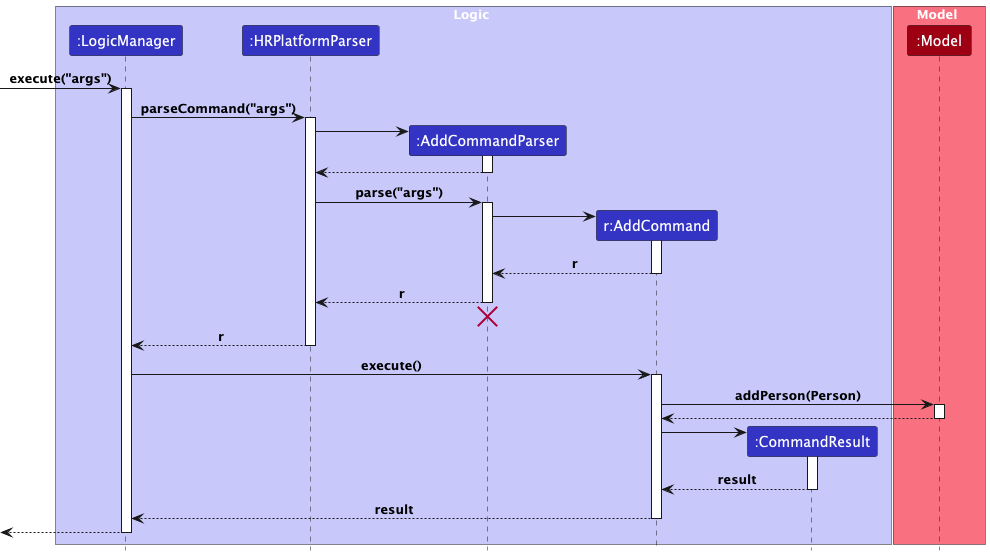
Earlier version of the PlantUML export docs/images/AddCommandSequenceDiagram.png (nus-cs2103-AY2425S1/tp).
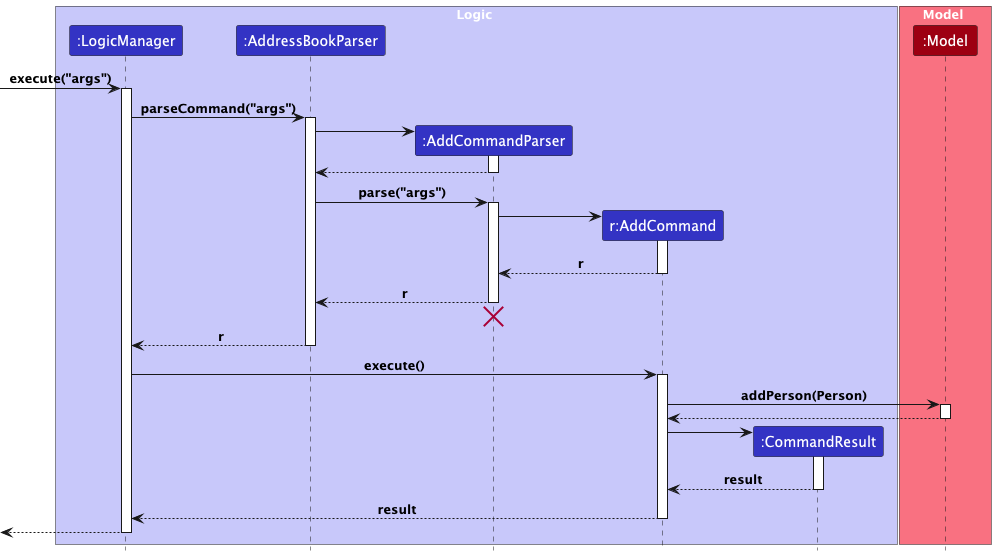
Later version of the same file.

Diff of the diagram source:
```diff
@@ -3,7 +3,7 @@
 
 box Logic LOGIC_COLOR_T1
 participant ":LogicManager" as LogicManager LOGIC_COLOR
-participant ":HRPlatformParser" as HRPlatformParser LOGIC_COLOR
+participant ":AddressBookParser" as AddressBookParser LOGIC_COLOR
 participant ":AddCommandParser" as AddCommandParser LOGIC_COLOR
 participant "r:AddCommand" as AddCommand LOGIC_COLOR
 participant ":CommandResult" as CommandResult LOGIC_COLOR
@@ -16,17 +16,17 @@
 [-> LogicManager : execute("args")
 activate LogicManager
 
-LogicManager -> HRPlatformParser : parseCommand("args")
-activate HRPlatformParser
+LogicManager -> AddressBookParser : parseCommand("args")
+activate AddressBookParser
 
 create AddCommandParser
-HRPlatformParser -> AddCommandParser
+AddressBookParser -> AddCommandParser
 activate AddCommandParser
 
-AddCommandParser --> HRPlatformParser
+AddCommandParser --> AddressBookParser
 deactivate AddCommandParser
 
-HRPlatformParser -> AddCommandParser : parse("args")
+AddressBookParser -> AddCommandParser : parse("args")
 activate AddCommandParser
 
 create AddCommand
@@ -36,14 +36,14 @@
 AddCommand --> AddCommandParser : r
 deactivate AddCommand
 
-AddCommandParser --> HRPlatformParser : r
+AddCommandParser --> AddressBookParser : r
 deactivate AddCommandParser
 
-AddCommandParser -[hidden]-> HRPlatformParser
+AddCommandParser -[hidden]-> AddressBookParser
 destroy AddCommandParser
 
-HRPlatformParser --> LogicManager : r
-deactivate HRPlatformParser
+AddressBookParser --> LogicManager : r
+deactivate AddressBookParser
 
 LogicManager -> AddCommand : execute()
 activate AddCommand
```
